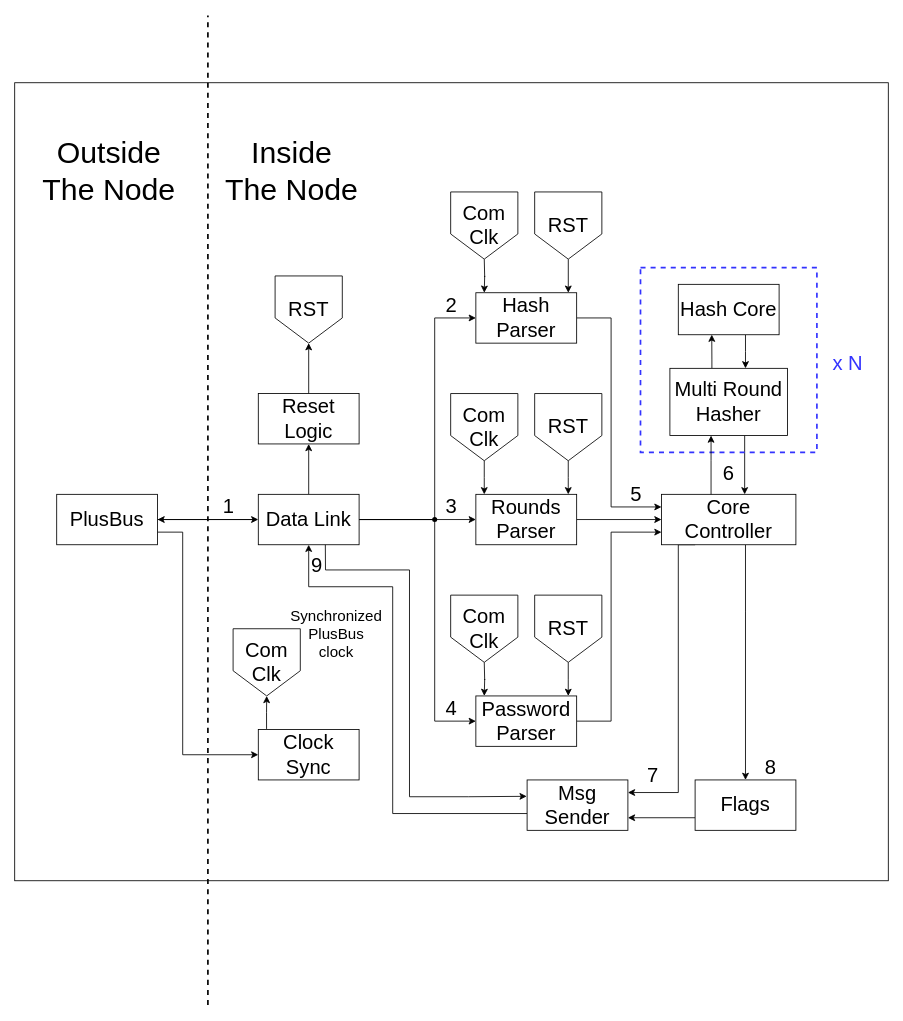
Niclasapdk/ESD3_project keeps this draw.io diagram as figures/node_structure/node_structure.drawio. Above is the earlier version. Source tidied: cells renumbered, new cells numbered last; positions are measured from the earlier drawing's top-left corner, leaving out a move shared by most shapes. Both pictures are drawn from the tidied source at 84%, with x=0, y=0 at pixel (14, 15).
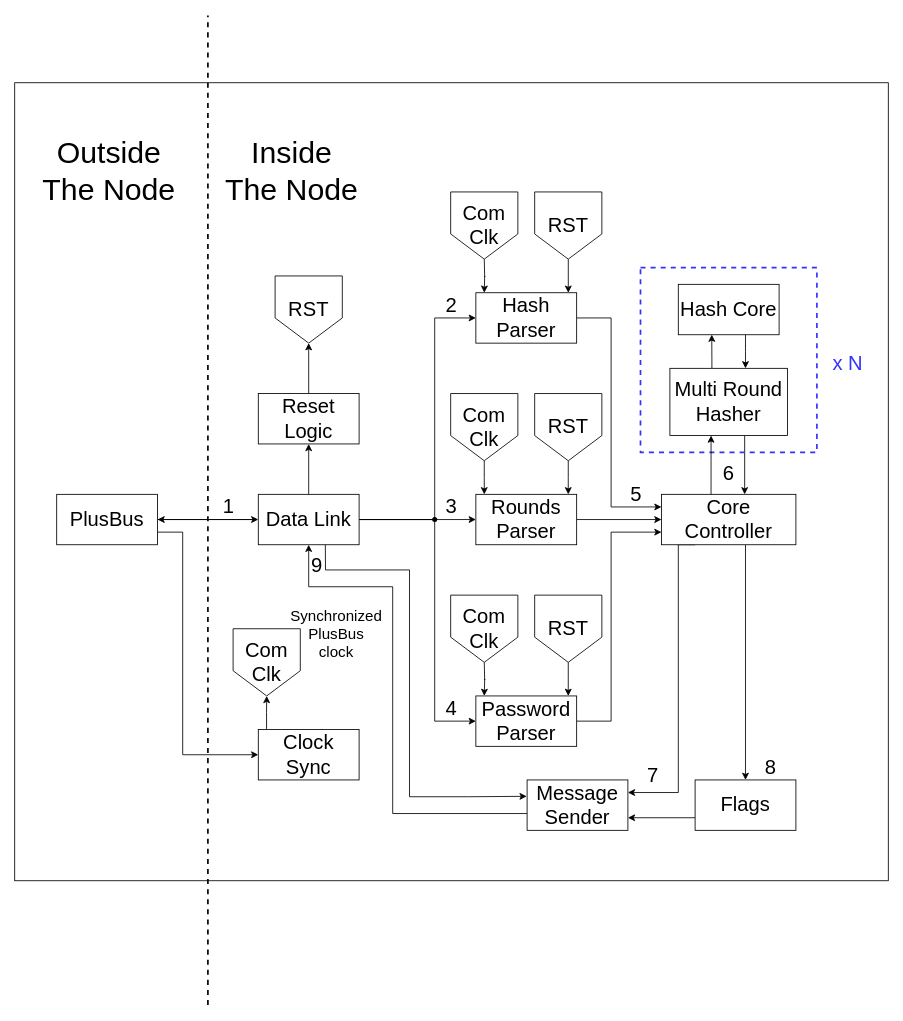
The same diagram, later.

Commit message (it also covers changes not shown here):
Changed Msg to Message

The edit, as a diff of the source:
```diff
@@
-    <mxCell id="40" value="&lt;font style=&quot;font-size: 24px;&quot;&gt;Msg Sender&lt;br&gt;&lt;/font&gt;" style="rounded=0;whiteSpace=wrap;html=1;fontSize=16;" parent="1" vertex="1">
+    <mxCell id="40" value="&lt;font style=&quot;font-size: 24px;&quot;&gt;Message Sender&lt;font&gt;&lt;br&gt;&lt;/font&gt;&lt;/font&gt;" style="rounded=0;whiteSpace=wrap;html=1;fontSize=16;" parent="1" vertex="1">
       <mxGeometry x="610" y="910" width="120" height="60" as="geometry" />
     </mxCell>
```
